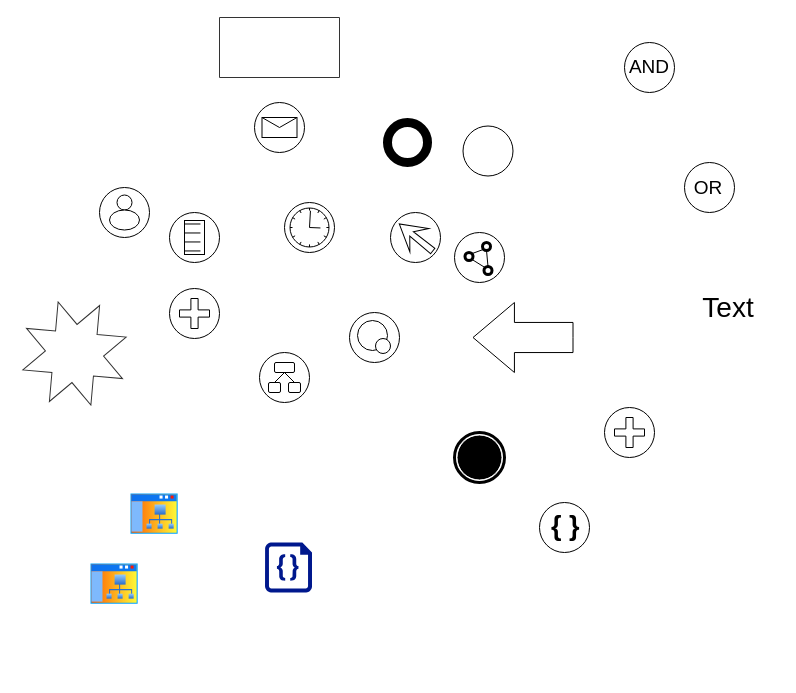
Earlier version of the draw.io diagram assets/icons.drawio (cnshsliu/cocopad). Source tidied: cells renumbered, new cells numbered last; positions are measured from the earlier drawing's top-left corner, leaving out a move shared by most shapes. Both pictures are drawn from the tidied source at 100%, with x=0, y=0 at pixel (24, 17).
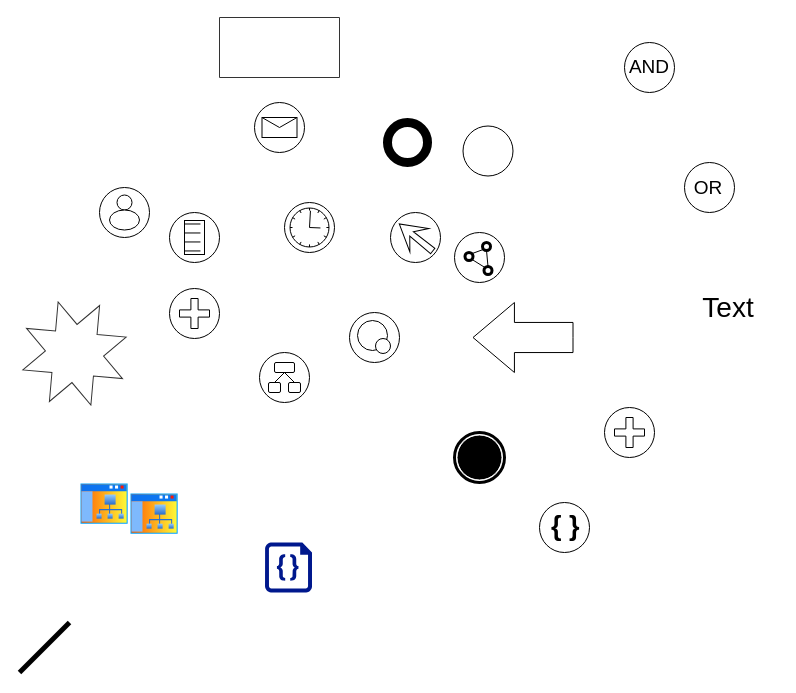
The same diagram, later.

The edit, as a diff of the source:
```diff
@@
     <mxCell id="21" style="perimeter=ellipsePerimeter;html=1;align=center;shadow=0;dashed=0;spacingTop=3;image;image=img/lib/active_directory/sub_site.svg;fontSize=19;" parent="1" vertex="1">
-      <mxGeometry x="65" y="545" width="50" height="43" as="geometry" />
+      <mxGeometry x="55" y="465" width="50" height="43" as="geometry" />
     </mxCell>
@@
+    <mxCell id="44" style="endArrow=none;html=1;fontSize=28;strokeWidth=5;" parent="1" edge="1">
+      <mxGeometry relative="1" as="geometry">
+        <mxPoint x="-5" y="655" as="sourcePoint" />
+        <mxPoint x="45" y="605" as="targetPoint" />
+      </mxGeometry>
+    </mxCell>
```
